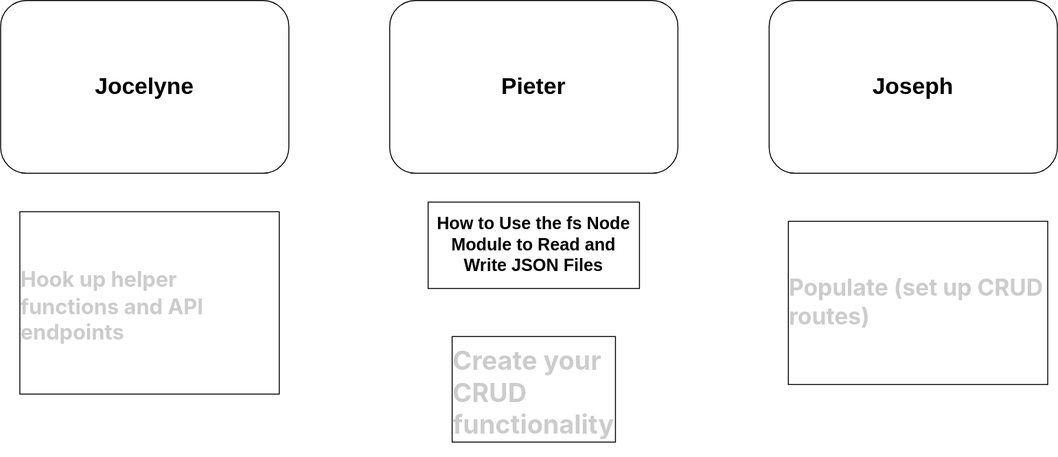
SchoolOfCode/bootcamp-17-bc17-w5d1-catch-up-express-api-with-file-storage-hackathon_build-a-backend keeps this draw.io diagram as plan.drawio.svg. Above is the earlier version. Source tidied: cells renumbered, new cells last; positions are measured from the earlier drawing's top-left corner, leaving out a move shared by most shapes. The source it was exported from:
```xml
<mxGraphModel>
  <root>
    <mxCell id="0" />
    <mxCell id="1" parent="0" />
    <mxCell id="2" value="&lt;h2 id=&quot;el_1709497771090_481&quot; class=&quot;lw-widget-in lw-ebook-heading2 learnworlds-element&quot;&gt;How to Use the fs Node Module to Read and Write JSON Files&lt;/h2&gt;" style="rounded=0;whiteSpace=wrap;html=1;" parent="1" vertex="1">
      <mxGeometry x="445" y="210" width="220" height="90" as="geometry" />
    </mxCell>
    <mxCell id="3" value="&lt;h1 style=&quot;margin-top: 24px; margin-bottom: 16px; line-height: 1.25; padding-bottom: 0.3em; border-bottom: 1px solid rgba(255, 255, 255, 0.18); border-top-color: rgba(255, 255, 255, 0.18); border-right-color: rgba(255, 255, 255, 0.18); border-left-color: rgba(255, 255, 255, 0.18); position: relative; color: rgb(204, 204, 204); font-family: -apple-system, BlinkMacSystemFont, &amp;quot;Segoe WPC&amp;quot;, &amp;quot;Segoe UI&amp;quot;, system-ui, Ubuntu, &amp;quot;Droid Sans&amp;quot;, sans-serif; text-align: start;&quot;&gt;Populate (set up CRUD routes)&lt;/h1&gt;" style="rounded=0;whiteSpace=wrap;html=1;" parent="1" vertex="1">
      <mxGeometry x="820" y="230" width="270" height="170" as="geometry" />
    </mxCell>
    <mxCell id="4" value="&lt;h3 style=&quot;margin-top: 24px; margin-bottom: 16px; line-height: 1.25; position: relative; color: rgb(204, 204, 204); font-family: -apple-system, BlinkMacSystemFont, &amp;quot;Segoe WPC&amp;quot;, &amp;quot;Segoe UI&amp;quot;, system-ui, Ubuntu, &amp;quot;Droid Sans&amp;quot;, sans-serif; text-align: start;&quot; id=&quot;hook-up-helper-functions-and-api-endpoints&quot; dir=&quot;auto&quot; class=&quot;code-line&quot;&gt;&lt;font style=&quot;font-size: 22px;&quot;&gt;Hook up helper functions and API endpoints&lt;/font&gt;&lt;/h3&gt;" style="rounded=0;whiteSpace=wrap;html=1;" parent="1" vertex="1">
      <mxGeometry x="20" y="220" width="270" height="190" as="geometry" />
    </mxCell>
    <mxCell id="5" value="&lt;h3 style=&quot;margin-top: 24px; margin-bottom: 16px; line-height: 1.25; position: relative; color: rgb(204, 204, 204); font-family: -apple-system, BlinkMacSystemFont, &amp;quot;Segoe WPC&amp;quot;, &amp;quot;Segoe UI&amp;quot;, system-ui, Ubuntu, &amp;quot;Droid Sans&amp;quot;, sans-serif; text-align: start;&quot; id=&quot;create-your-crud-functionality&quot; dir=&quot;auto&quot; class=&quot;code-line&quot;&gt;&lt;font style=&quot;font-size: 27px;&quot;&gt;Create your CRUD functionality&lt;/font&gt;&lt;/h3&gt;" style="rounded=0;whiteSpace=wrap;html=1;" parent="1" vertex="1">
      <mxGeometry x="470" y="350" width="170" height="110" as="geometry" />
    </mxCell>
    <mxCell id="6" value="&lt;h1&gt;Jocelyne&lt;/h1&gt;" style="rounded=1;whiteSpace=wrap;html=1;" parent="1" vertex="1">
      <mxGeometry width="300" height="180" as="geometry" />
    </mxCell>
    <mxCell id="7" value="&lt;h1&gt;Pieter&lt;/h1&gt;" style="rounded=1;whiteSpace=wrap;html=1;" parent="1" vertex="1">
      <mxGeometry x="405" width="300" height="180" as="geometry" />
    </mxCell>
    <mxCell id="8" value="&lt;h1&gt;Joseph&lt;/h1&gt;" style="rounded=1;whiteSpace=wrap;html=1;" parent="1" vertex="1">
      <mxGeometry x="800" width="300" height="180" as="geometry" />
    </mxCell>
  </root>
</mxGraphModel>
```
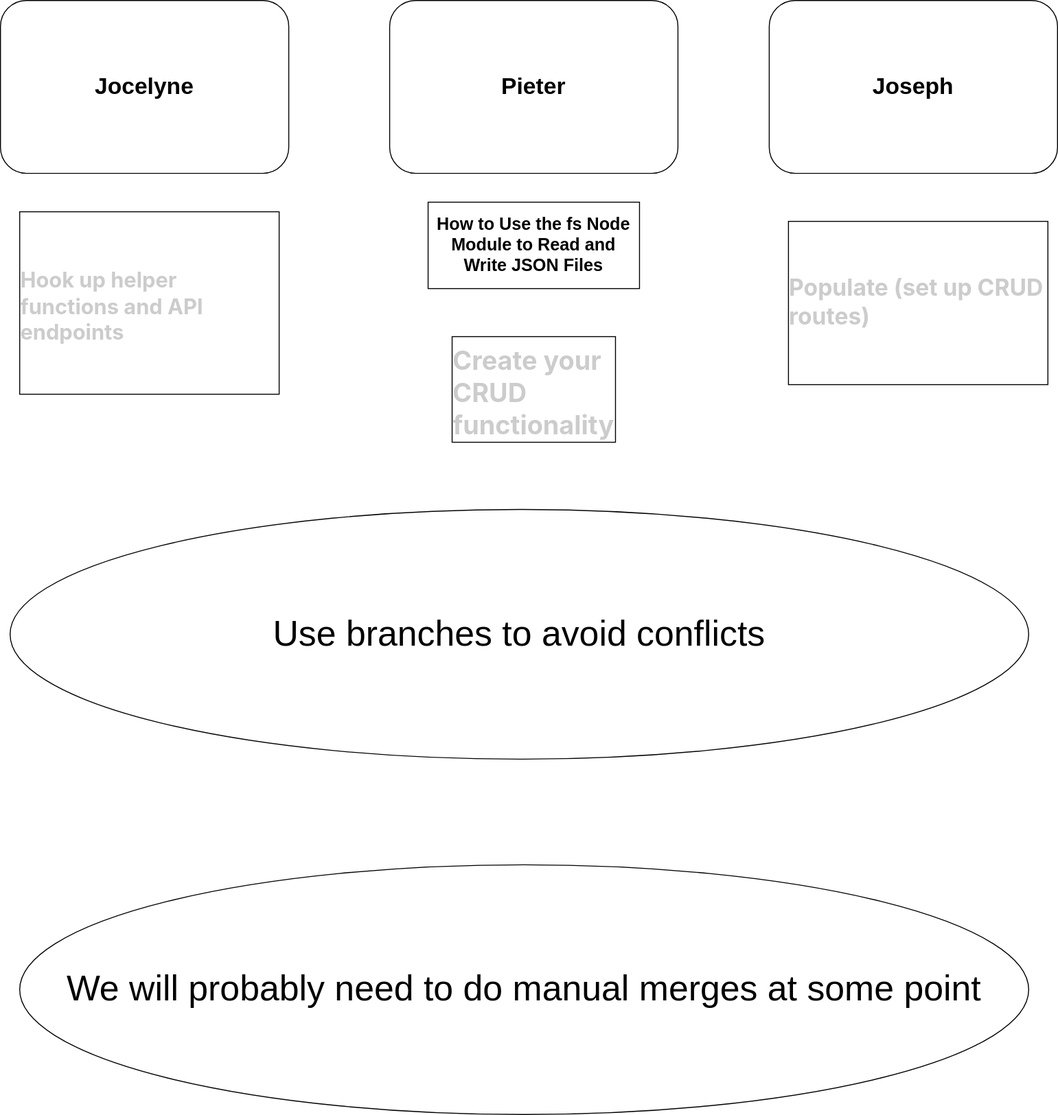
The same diagram one commit later.

The edit, as a diff of the source:
```diff
@@ -23,5 +23,11 @@
     <mxCell id="8" value="&lt;h1&gt;Joseph&lt;/h1&gt;" style="rounded=1;whiteSpace=wrap;html=1;" parent="1" vertex="1">
       <mxGeometry x="800" width="300" height="180" as="geometry" />
     </mxCell>
+    <mxCell id="9" value="&lt;font style=&quot;font-size: 37px;&quot;&gt;Use branches to avoid conflicts&lt;/font&gt;" style="ellipse;whiteSpace=wrap;html=1;fontSize=22;" parent="1" vertex="1">
+      <mxGeometry x="10" y="530" width="1060" height="260" as="geometry" />
+    </mxCell>
+    <mxCell id="10" value="We will probably need to do manual merges at some point" style="ellipse;whiteSpace=wrap;html=1;fontSize=37;" parent="1" vertex="1">
+      <mxGeometry x="20" y="900" width="1050" height="260" as="geometry" />
+    </mxCell>
   </root>
 </mxGraphModel>
```
